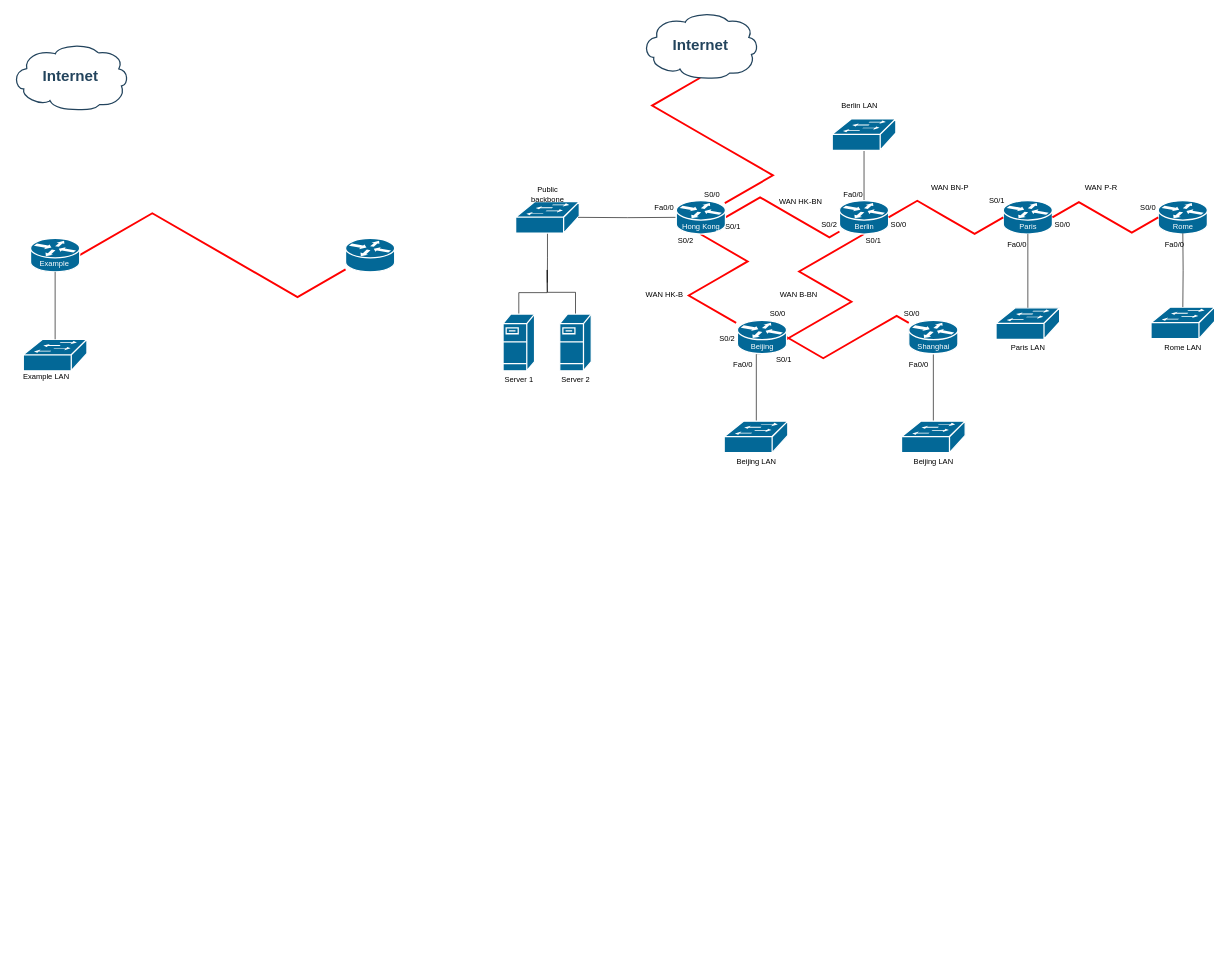
This is Untitled Diagram.drawio from thomasmerta233/draw.io, a draw.io file, before an edit. Source tidied: cells renumbered, new cells numbered last; positions are measured from the earlier drawing's top-left corner, leaving out a move shared by most shapes. Both pictures are drawn from the tidied source at 63%, with x=0, y=0 at pixel (11, 11).
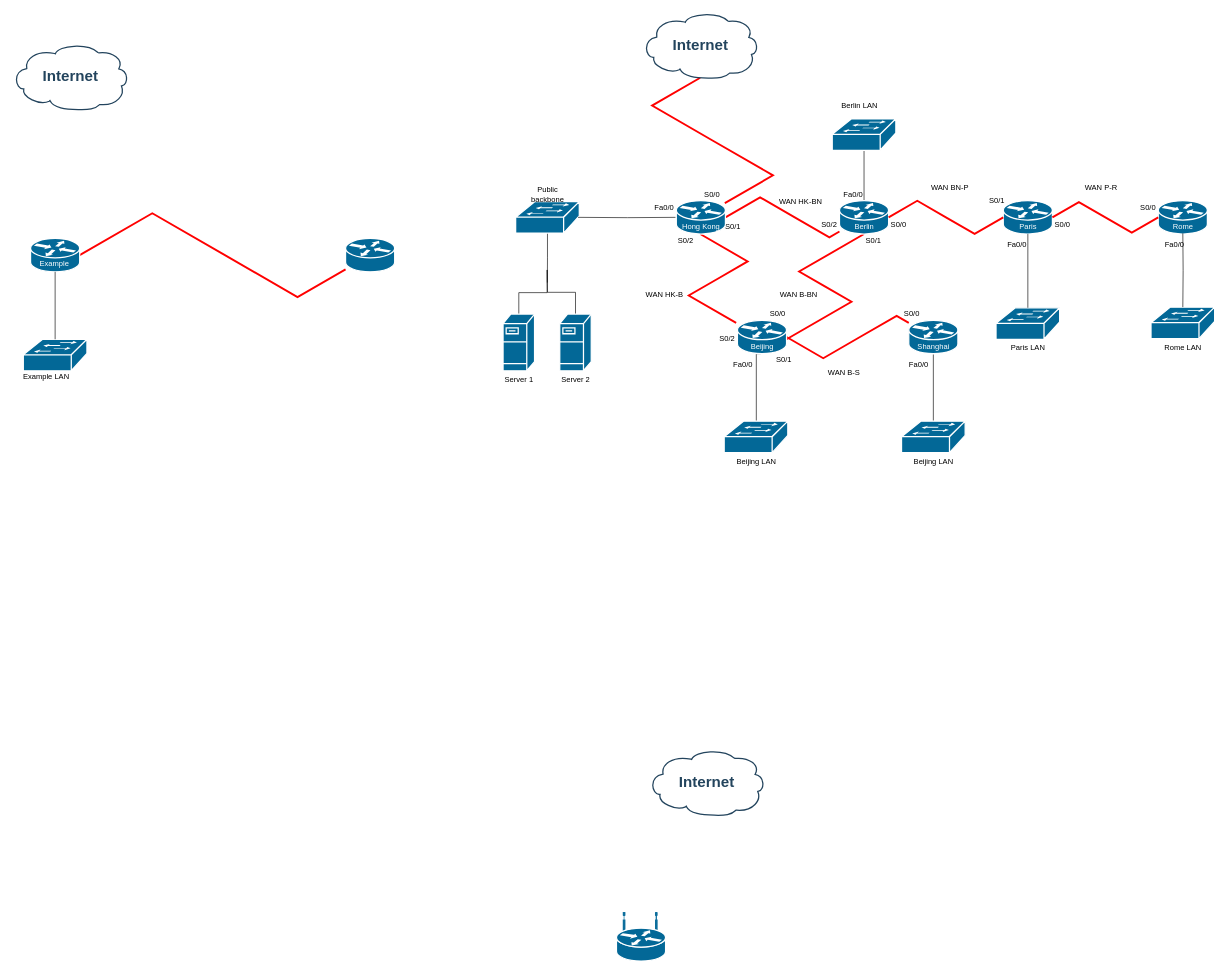
The same diagram, later.

Change to the diagram source:
```diff
@@
+    <mxCell id="68" value="WAN B-S" style="text;html=1;whiteSpace=wrap;strokeColor=none;fillColor=none;align=center;verticalAlign=middle;rounded=0;" parent="1" vertex="1">
+      <mxGeometry x="1282" y="563" width="79" height="20" as="geometry" />
+    </mxCell>
+    <mxCell id="69" value="Internet" style="shape=mxgraph.cisco.storage.cloud;html=1;dashed=0;strokeColor=#23445D;fillColor=#ffffff;strokeWidth=2;fontFamily=Helvetica;fontSize=24;fontColor=#23445D;align=center;fontStyle=1;" parent="1" vertex="1">
+      <mxGeometry x="1010" y="1170" width="186" height="106" as="geometry" />
+    </mxCell>
+    <mxCell id="70" style="strokeColor=#ffffff;sketch=0;html=1;dashed=0;fillColor=#036897;strokeWidth=2;verticalLabelPosition=bottom;verticalAlign=top;align=center;shape=mxgraph.cisco.routers.wireless_router;" parent="1" vertex="1">
+      <mxGeometry x="960" y="1430" width="78" height="77" as="geometry" />
+    </mxCell>
```
